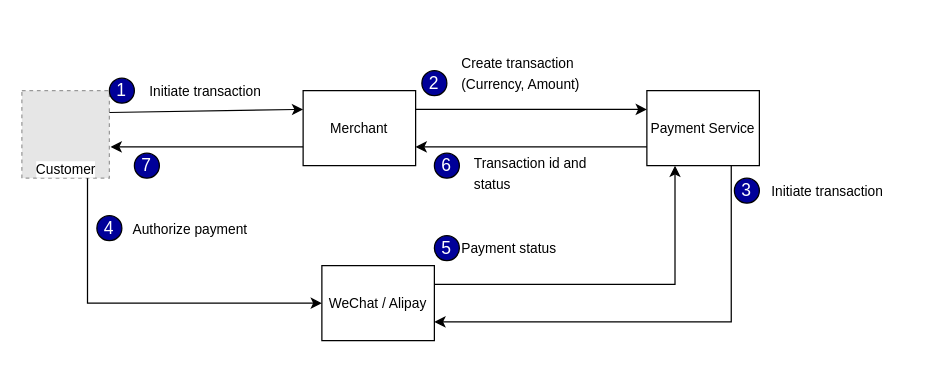
The draw.io diagram page "HL Concept" (5 of 5) of Payment Service.drawio in whalebig27/change-request-process-diagram, before the edit. Source tidied: cells renumbered, new cells numbered last; positions are measured from the earlier drawing's top-left corner, leaving out a move shared by most shapes. Both pictures are drawn from the tidied source at 125%, with x=0, y=0 at pixel (21, 52). Pictures stored in the file or linked from it are replaced by grey dashed boxes.
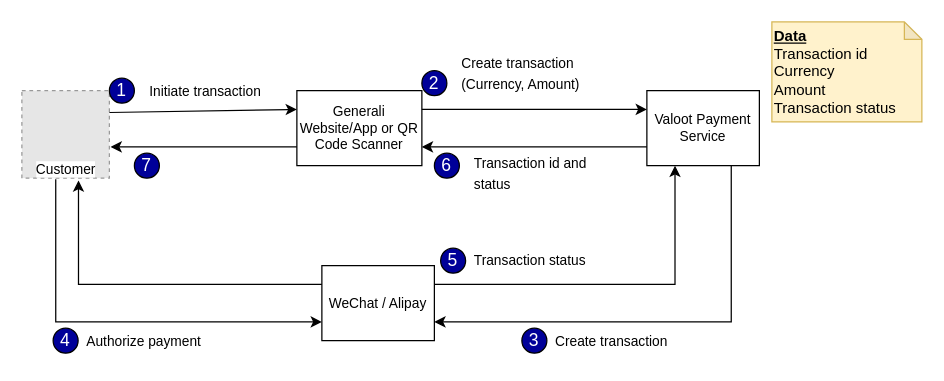
The same diagram, later.

The change refers to these unchanged cells:
```xml
<mxCell id="2" value="Customer" style="fillColor=#E6E6E6;strokeColor=#999999;dashed=1;html=1;verticalAlign=top;verticalLabelPosition=bottom;labelBackgroundColor=#ffffff;fontSize=11;align=center;spacingTop=-20;" parent="1" vertex="1">
  <mxGeometry y="30" width="70" height="70" as="geometry" />
</mxCell>
<mxCell id="5" value="WeChat / Alipay" style="rounded=0;whiteSpace=wrap;html=1;fontSize=11;align=center;" parent="1" vertex="1">
  <mxGeometry x="240" y="170" width="90" height="60" as="geometry" />
</mxCell>
```

Diff of the diagram source:
```diff
@@
-    <mxCell id="3" value="Merchant" style="rounded=0;whiteSpace=wrap;html=1;fontSize=11;align=center;" parent="1" vertex="1">
-      <mxGeometry x="225" y="30" width="90" height="60" as="geometry" />
+    <mxCell id="3" value="Generali Website/App or QR Code Scanner" style="rounded=0;whiteSpace=wrap;html=1;fontSize=11;align=center;" parent="1" vertex="1">
+      <mxGeometry x="220" y="30" width="100" height="60" as="geometry" />
     </mxCell>
-    <mxCell id="4" value="Payment Service" style="rounded=0;whiteSpace=wrap;html=1;fontSize=11;align=center;" parent="1" vertex="1">
+    <mxCell id="4" value="Valoot Payment Service" style="rounded=0;whiteSpace=wrap;html=1;fontSize=11;align=center;" parent="1" vertex="1">
       <mxGeometry x="500" y="30" width="90" height="60" as="geometry" />
     </mxCell>
@@
-    <mxCell id="9" style="endArrow=classic;html=1;fontSize=11;align=left;exitX=0.75;exitY=1;exitDx=0;exitDy=0;entryX=0;entryY=0.5;entryDx=0;entryDy=0;edgeStyle=orthogonalEdgeStyle;rounded=0;" parent="1" edge="1" source="2" target="5">
+    <mxCell id="9" style="endArrow=classic;html=1;fontSize=11;align=left;exitX=0.387;exitY=1.014;exitDx=0;exitDy=0;entryX=0;entryY=0.75;entryDx=0;entryDy=0;edgeStyle=orthogonalEdgeStyle;rounded=0;exitPerimeter=0;" parent="1" edge="1" source="2" target="5">
       <mxGeometry relative="1" as="geometry" />
     </mxCell>
@@
     <mxCell id="15" value="3" style="ellipse;whiteSpace=wrap;html=1;fontSize=14;align=center;fillColor=#000099;fontColor=#FFFFFF;" parent="1" vertex="1">
-      <mxGeometry x="570" y="100" width="20" height="20" as="geometry" />
+      <mxGeometry x="400" y="220" width="20" height="20" as="geometry" />
     </mxCell>
     <mxCell id="16" value="4" style="ellipse;whiteSpace=wrap;html=1;fontSize=14;align=center;fillColor=#000099;fontColor=#FFFFFF;" parent="1" vertex="1">
-      <mxGeometry x="60" y="130" width="20" height="20" as="geometry" />
+      <mxGeometry x="25" y="220" width="20" height="20" as="geometry" />
     </mxCell>
@@
     <mxCell id="18" value="5" style="ellipse;whiteSpace=wrap;html=1;fontSize=14;align=center;fillColor=#000099;fontColor=#FFFFFF;" parent="1" vertex="1">
-      <mxGeometry x="330" y="146" width="20" height="20" as="geometry" />
+      <mxGeometry x="335" y="156" width="20" height="20" as="geometry" />
     </mxCell>
@@
-    <mxCell id="23" value="&lt;font style=&quot;font-size: 11px&quot;&gt;Initiate transaction&lt;br&gt;&lt;/font&gt;" style="text;html=1;strokeColor=none;fillColor=none;align=left;verticalAlign=middle;whiteSpace=wrap;rounded=0;fontSize=14;fontColor=#000000;" parent="1" vertex="1">
-      <mxGeometry x="598" y="95" width="120" height="30" as="geometry" />
+    <mxCell id="23" value="&lt;font style=&quot;font-size: 11px&quot;&gt;Create transaction&lt;br&gt;&lt;/font&gt;" style="text;html=1;strokeColor=none;fillColor=none;align=left;verticalAlign=middle;whiteSpace=wrap;rounded=0;fontSize=14;fontColor=#000000;" parent="1" vertex="1">
+      <mxGeometry x="425" y="215" width="120" height="30" as="geometry" />
     </mxCell>
     <mxCell id="24" value="&lt;font style=&quot;font-size: 11px&quot;&gt;Authorize payment&lt;br&gt;&lt;/font&gt;" style="text;html=1;strokeColor=none;fillColor=none;align=left;verticalAlign=middle;whiteSpace=wrap;rounded=0;fontSize=14;fontColor=#000000;" parent="1" vertex="1">
-      <mxGeometry x="87" y="125" width="120" height="30" as="geometry" />
+      <mxGeometry x="50" y="215" width="120" height="30" as="geometry" />
     </mxCell>
-    <mxCell id="25" value="&lt;font style=&quot;font-size: 11px&quot;&gt;Payment status&lt;br&gt;&lt;/font&gt;" style="text;html=1;strokeColor=none;fillColor=none;align=left;verticalAlign=middle;whiteSpace=wrap;rounded=0;fontSize=14;fontColor=#000000;" parent="1" vertex="1">
-      <mxGeometry x="350" y="140" width="120" height="30" as="geometry" />
+    <mxCell id="25" value="&lt;font style=&quot;font-size: 11px&quot;&gt;Transaction status&lt;br&gt;&lt;/font&gt;" style="text;html=1;strokeColor=none;fillColor=none;align=left;verticalAlign=middle;whiteSpace=wrap;rounded=0;fontSize=14;fontColor=#000000;" parent="1" vertex="1">
+      <mxGeometry x="360" y="150" width="120" height="30" as="geometry" />
     </mxCell>
+    <mxCell id="26" value="&lt;span&gt;&lt;b&gt;&lt;u&gt;Data&lt;/u&gt;&lt;/b&gt;&lt;br&gt;Transaction id&lt;/span&gt;&lt;br&gt;&lt;span&gt;Currency&lt;/span&gt;&lt;br&gt;&lt;span&gt;Amount&lt;/span&gt;&lt;br&gt;&lt;span&gt;Transaction status&lt;/span&gt;&lt;br&gt;" style="shape=note;whiteSpace=wrap;html=1;backgroundOutline=1;darkOpacity=0.05;fillColor=#fff2cc;fontSize=12;align=left;strokeColor=#d6b656;size=14;" parent="1" vertex="1">
+      <mxGeometry x="600" y="-25" width="120" height="80" as="geometry" />
+    </mxCell>
+    <mxCell id="27" style="endArrow=classic;html=1;fontSize=11;align=left;entryX=0.647;entryY=1.027;entryDx=0;entryDy=0;edgeStyle=orthogonalEdgeStyle;rounded=0;entryPerimeter=0;exitX=0;exitY=0.25;exitDx=0;exitDy=0;" parent="1" edge="1" source="5" target="2">
+      <mxGeometry relative="1" as="geometry" />
+    </mxCell>
```
